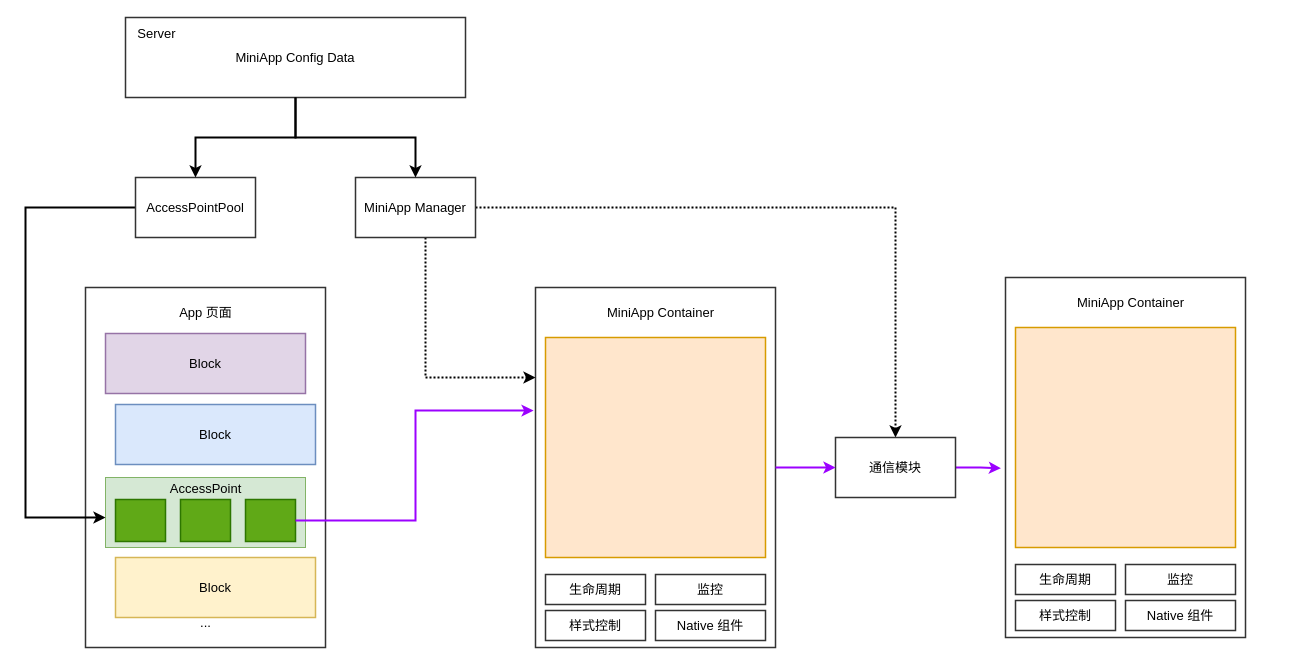
Above: page "交互" (6 of 9) of 未命名绘图.drawio in ashen-23/DrawIORepo (draw.io), before the change. Source tidied: cells renumbered, new cells numbered last; positions are measured from the earlier drawing's top-left corner, leaving out a move shared by most shapes. Both pictures are drawn from the tidied source at 100%, with x=0, y=0 at pixel (25, 17).
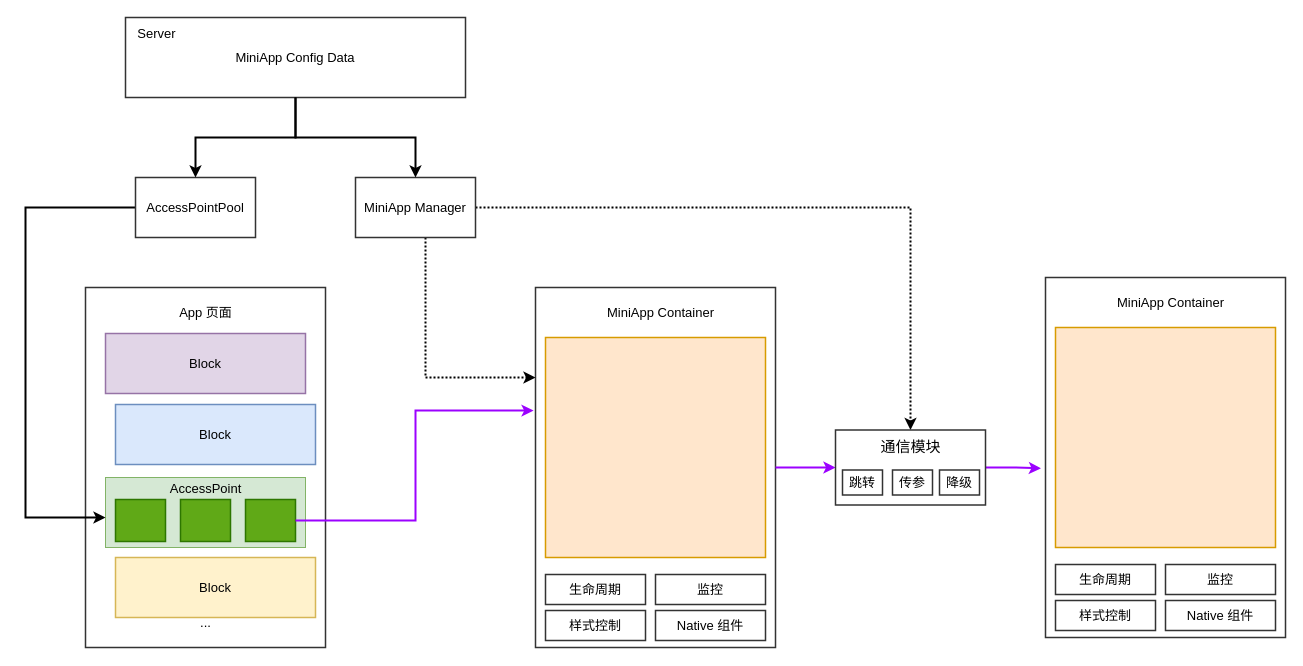
Above is the later version.

Unchanged cells that the change refers to:
```xml
<mxCell id="17" style="whiteSpace=wrap;html=1;rounded=0;shadow=0;glass=0;strokeColor=#333333;strokeWidth=1.5;fontSize=13;fontColor=#000000;fillColor=none;gradientColor=none;" parent="16" vertex="1">
  <mxGeometry width="240" height="360" as="geometry" />
</mxCell>
```

What changed in the source:
```diff
@@
     <mxCell id="34" style="group;" parent="1" vertex="1">
-      <mxGeometry x="980" y="260" width="240" height="360" as="geometry" />
+      <mxGeometry x="1020" y="260" width="240" height="360" as="geometry" />
     </mxCell>
@@
+    <mxCell id="44" style="edgeStyle=orthogonalEdgeStyle;rounded=0;jettySize=auto;html=1;entryX=0;entryY=0.5;entryDx=0;entryDy=0;strokeColor=#9B01FF;strokeWidth=2;fontSize=13;fontColor=#000000;" parent="1" edge="1" source="17" target="43">
+      <mxGeometry relative="1" as="geometry" />
+    </mxCell>
+    <mxCell id="45" style="group;" parent="1" vertex="1">
+      <mxGeometry x="810" y="412.5" width="150" height="75" as="geometry" />
+    </mxCell>
-    <mxCell id="43" value="通信模块" style="whiteSpace=wrap;html=1;rounded=0;shadow=0;glass=0;strokeColor=#333333;strokeWidth=1.5;fontSize=13;fontColor=#000000;fillColor=none;gradientColor=none;" parent="1" vertex="1">
-      <mxGeometry x="810" y="420" width="120" height="60" as="geometry" />
+    <mxCell id="43" style="whiteSpace=wrap;html=1;rounded=0;shadow=0;glass=0;strokeColor=#333333;strokeWidth=1.5;fontSize=13;fontColor=#000000;fillColor=none;gradientColor=none;" parent="45" vertex="1">
+      <mxGeometry width="150" height="75" as="geometry" />
     </mxCell>
-    <mxCell id="44" style="edgeStyle=orthogonalEdgeStyle;rounded=0;jettySize=auto;html=1;entryX=0;entryY=0.5;entryDx=0;entryDy=0;strokeColor=#9B01FF;strokeWidth=2;fontSize=13;fontColor=#000000;" parent="1" edge="1" source="17" target="43">
-      <mxGeometry relative="1" as="geometry" />
-    </mxCell>
+    <mxCell id="46" value="跳转" style="whiteSpace=wrap;html=1;rounded=0;shadow=0;glass=0;strokeColor=#333333;strokeWidth=1.5;fontSize=13;fontColor=#000000;fillColor=none;gradientColor=none;" parent="45" vertex="1">
+      <mxGeometry x="7" y="40" width="40" height="25" as="geometry" />
+    </mxCell>
+    <mxCell id="47" value="传参" style="whiteSpace=wrap;html=1;rounded=0;shadow=0;glass=0;strokeColor=#333333;strokeWidth=1.5;fontSize=13;fontColor=#000000;fillColor=none;gradientColor=none;" parent="45" vertex="1">
+      <mxGeometry x="57" y="40" width="40" height="25" as="geometry" />
+    </mxCell>
+    <mxCell id="48" value="降级" style="whiteSpace=wrap;html=1;rounded=0;shadow=0;glass=0;strokeColor=#333333;strokeWidth=1.5;fontSize=13;fontColor=#000000;fillColor=none;gradientColor=none;" parent="45" vertex="1">
+      <mxGeometry x="104" y="40" width="40" height="25" as="geometry" />
+    </mxCell>
+    <mxCell id="49" value="&lt;span style=&quot;font-size: 15px;&quot;&gt;通信模块&lt;/span&gt;" style="text;html=1;align=center;verticalAlign=middle;strokeColor=none;fillColor=none;fontSize=15;fontColor=#000000;" parent="45" vertex="1">
+      <mxGeometry x="35" y="1" width="80" height="30" as="geometry" />
+    </mxCell>
```
